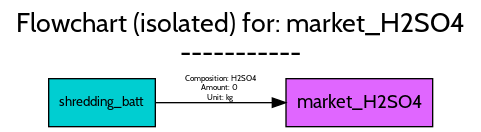
The Graphviz diagram src/examples/ELV/figures/flowcharts/processes/png/market_H2SO4.png in FutuRaM-Project/Recovery-Model, before a commit. Its source is kept beside it as src/examples/ELV/figures/flowcharts/processes/dot/market_H2SO4.dot.
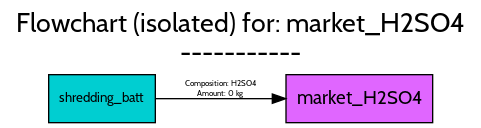
After the change.

What changed in the source:
```diff
@@ -1,5 +1,5 @@
 digraph {
-	graph [bb="0,0,353,91",
+	graph [bb="0,0,353,88",
 		font=Cabin,
 		fontname=Cabin,
 		fontsize=20,
@@ -8,7 +8,7 @@
 		labeljust=c,
 		labelloc=tc,
 		lheight=0.61,
-		lp="176.5,65",
+		lp="176.5,62",
 		lwidth=4.68,
 		nodesep=0.6,
 		rankdir=LR,
@@ -35,8 +35,7 @@
 		fontname=Cabin,
 		fontsize=6,
 		label="Composition: H2SO4
-Amount: 0
-Unit: kg",
-		lp="161.5,28.5",
+Amount: 0 kg",
+		lp="161.5,25",
 		pos="e,210.24,18 112.61,18 137.8,18 171.14,18 200.17,18"];
 }
```
